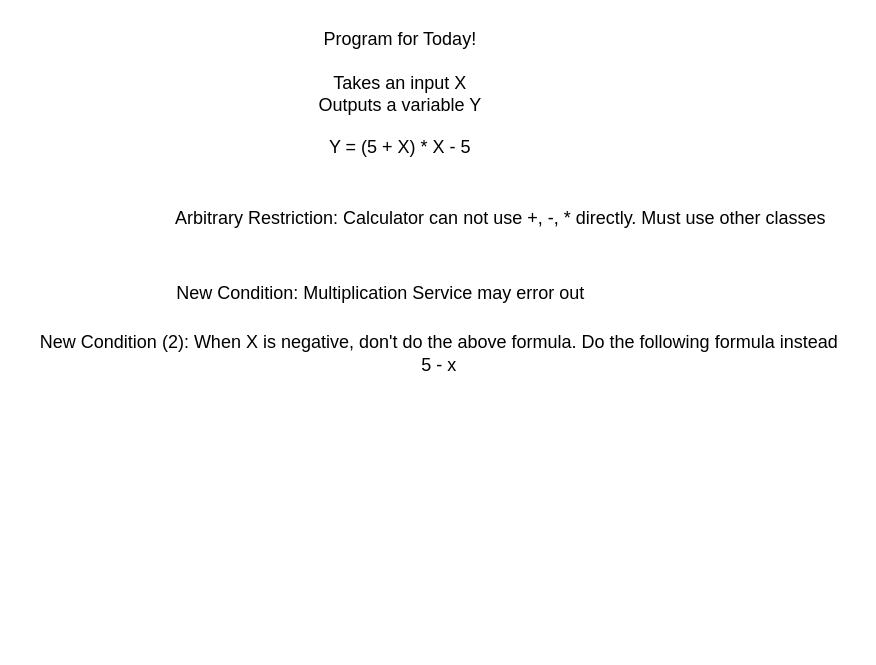
Before: VideoDiagram.drawio in NguyenAndrew/UnitTestVideoTutorial, a draw.io diagram. Source tidied: cells renumbered, new cells numbered last; positions are measured from the earlier drawing's top-left corner, leaving out a move shared by most shapes. Both pictures are drawn from the tidied source at 150%, with x=0, y=0 at pixel (26, 26).
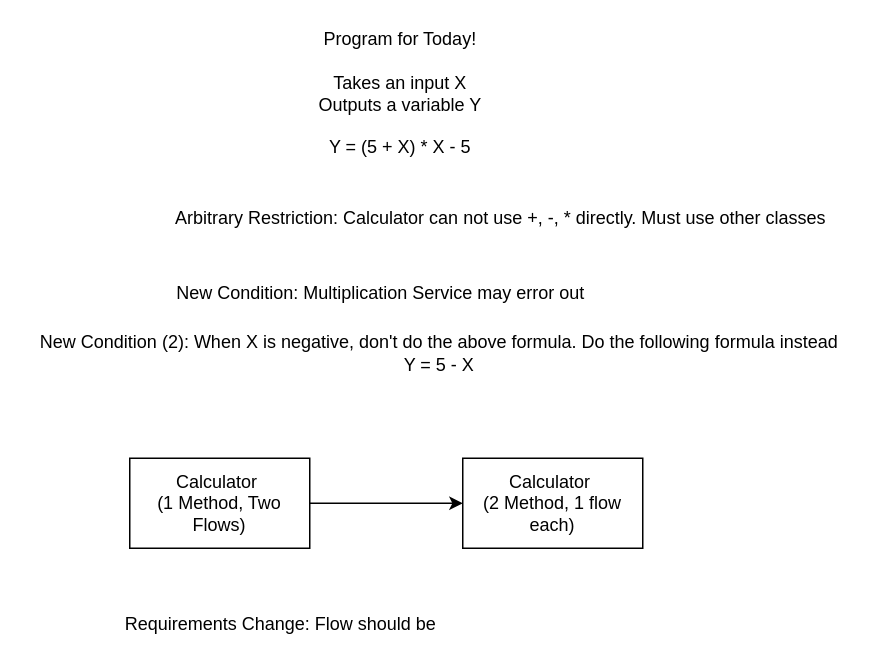
After the change.

Commit message (it also covers changes not shown here):
Demonstrate mockUpUntil and verifyUpUntilAnd

The edit, as a diff of the source:
```diff
@@
 <mxGraphModel>
   <root>
     <mxCell id="0" />
     <mxCell id="1" parent="0" />
     <mxCell id="2" value="Program for Today!&lt;br&gt;&lt;br&gt;Takes an input X&lt;br&gt;Outputs a variable Y&lt;br&gt;&lt;br&gt;Y = (5 + X) * X - 5" style="text;html=1;align=center;verticalAlign=middle;" parent="1" vertex="1">
       <mxGeometry x="189" width="120" height="90" as="geometry" />
     </mxCell>
     <mxCell id="3" value="Arbitrary Restriction: Calculator can not use +, -, * directly. Must use other classes" style="text;html=1;align=center;verticalAlign=middle;" parent="1" vertex="1">
       <mxGeometry x="91" y="118" width="450" height="20" as="geometry" />
     </mxCell>
     <mxCell id="4" value="New Condition: Multiplication Service may error out" style="text;html=1;align=center;verticalAlign=middle;" parent="1" vertex="1">
       <mxGeometry x="91" y="168" width="290" height="20" as="geometry" />
     </mxCell>
-    <mxCell id="5" value="New Condition (2): When X is negative, don't do the above formula. Do the following formula instead&lt;br&gt;5 - x" style="text;html=1;align=center;verticalAlign=middle;" parent="1" vertex="1">
+    <mxCell id="5" value="New Condition (2): When X is negative, don't do the above formula. Do the following formula instead&lt;br&gt;Y = 5 - X" style="text;html=1;align=center;verticalAlign=middle;" parent="1" vertex="1">
       <mxGeometry y="203" width="550" height="30" as="geometry" />
     </mxCell>
+    <mxCell id="6" style="edgeStyle=orthogonalEdgeStyle;rounded=0;jettySize=auto;html=1;entryX=0;entryY=0.5;entryDx=0;entryDy=0;" parent="1" edge="1" source="7" target="8">
+      <mxGeometry relative="1" as="geometry" />
+    </mxCell>
+    <mxCell id="7" value="Calculator&amp;nbsp;&lt;br&gt;(1 Method, Two Flows)" style="rounded=0;whiteSpace=wrap;html=1;" parent="1" vertex="1">
+      <mxGeometry x="69" y="288" width="120" height="60" as="geometry" />
+    </mxCell>
+    <mxCell id="8" value="Calculator&amp;nbsp;&lt;br&gt;(2 Method, 1 flow each)" style="rounded=0;whiteSpace=wrap;html=1;" parent="1" vertex="1">
+      <mxGeometry x="291" y="288" width="120" height="60" as="geometry" />
+    </mxCell>
+    <mxCell id="9" value="Requirements Change: Flow should be&amp;nbsp;" style="text;html=1;align=center;verticalAlign=middle;" parent="1" vertex="1">
+      <mxGeometry x="56" y="389" width="230" height="20" as="geometry" />
+    </mxCell>
   </root>
 </mxGraphModel>
```
